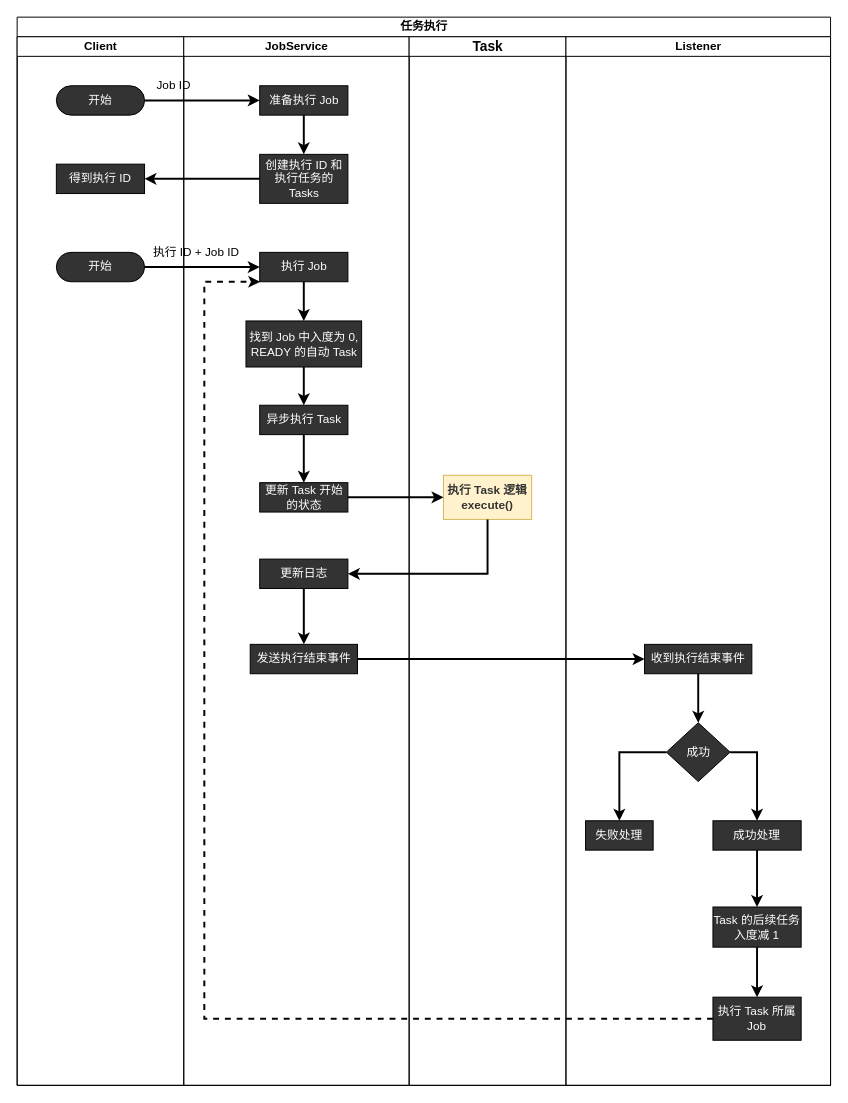
The draw.io diagram page "Flowchart" (1 of 2) of demo-job/job.drawio in xtuer/java, before the edit. Source tidied: cells renumbered, new cells numbered last; positions are measured from the earlier drawing's top-left corner, leaving out a move shared by most shapes. Both pictures are drawn from the tidied source at 98%, with x=0, y=0 at pixel (17, 17).
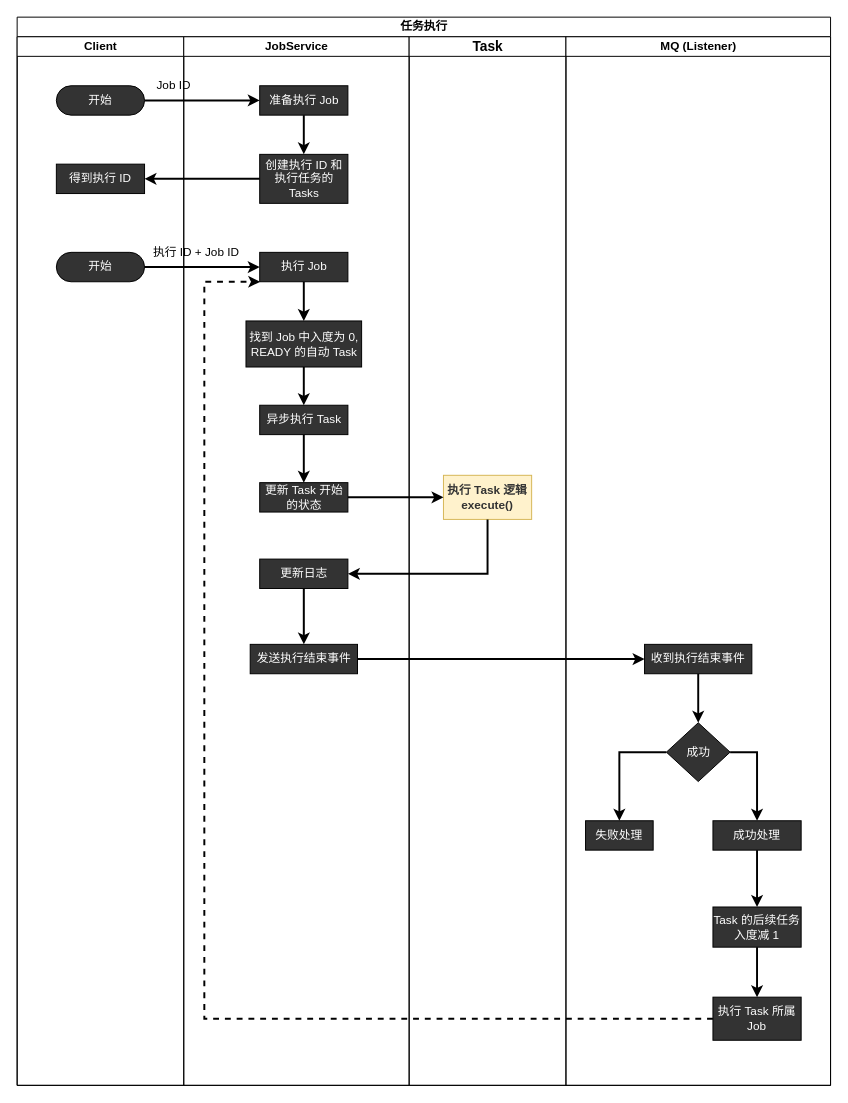
The same page after the edit.

Unchanged cells that the change refers to:
```xml
<mxCell id="2" value="任务执行" style="swimlane;html=1;startSize=20;rounded=0;shadow=0;" parent="1" vertex="1">
  <mxGeometry width="830" height="1090" as="geometry" />
</mxCell>
```

The edit, as a diff of the source:
```diff
@@
-    <mxCell id="31" value="Listener" style="swimlane;html=1;startSize=20;" parent="2" vertex="1">
+    <mxCell id="31" value="MQ (Listener)" style="swimlane;html=1;startSize=20;" parent="2" vertex="1">
       <mxGeometry x="560" y="20" width="270" height="1070" as="geometry" />
     </mxCell>
```
